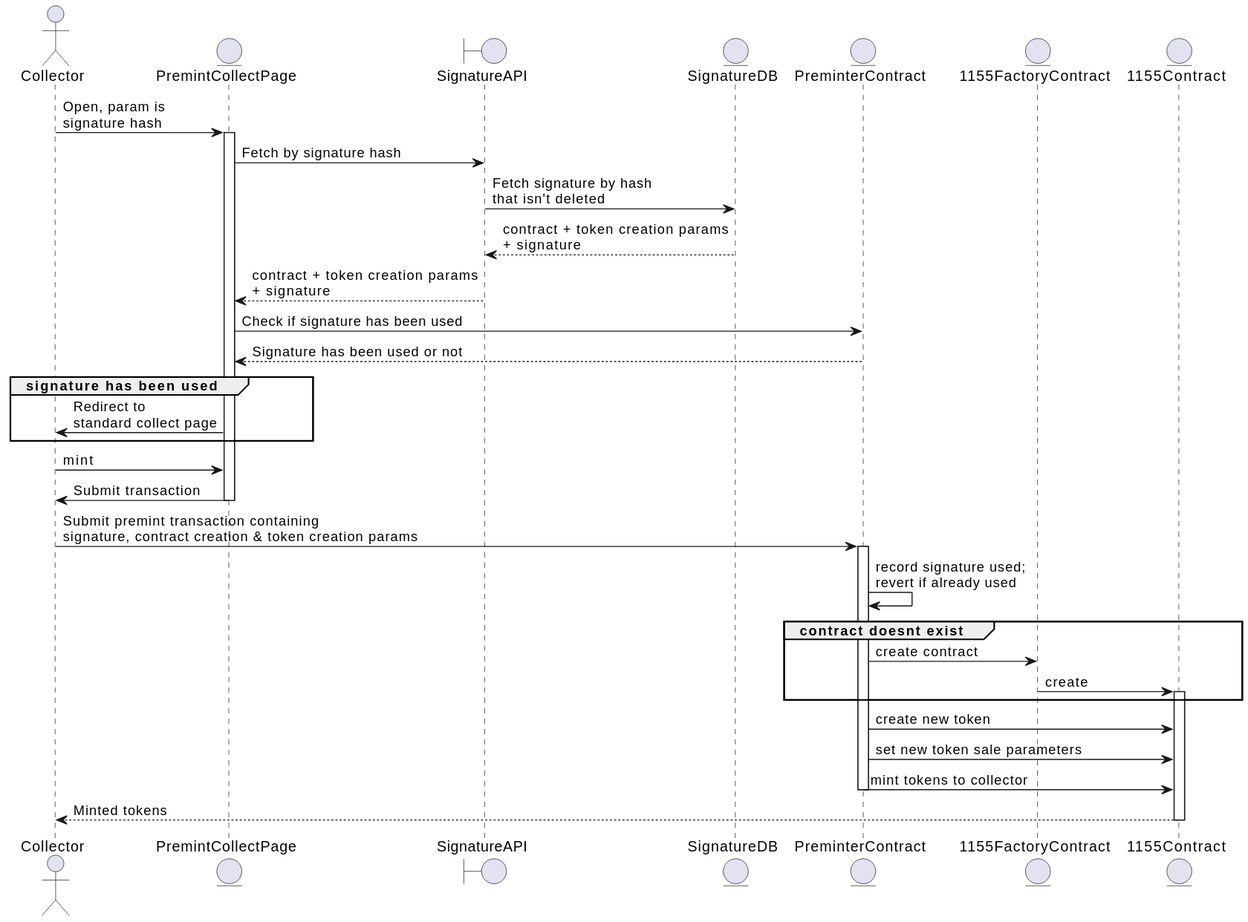
Before: uml/generated/gasslessCreate-collecting.svg, a diagram exported from PlantUML (ourzora/zora-protocol).
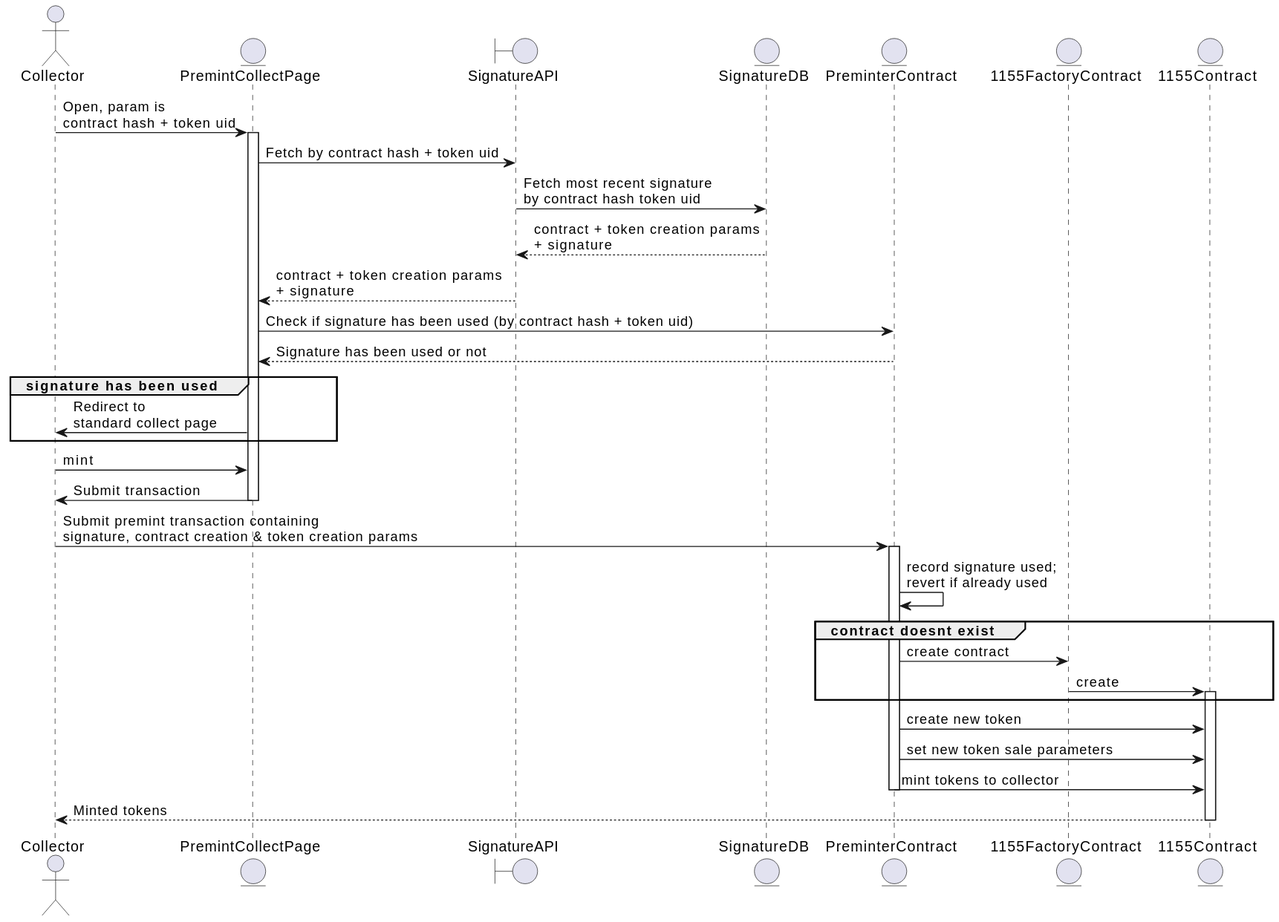
Above is the later version.

The edit, as a diff of the source:
```diff
@@ -7,13 +7,13 @@
 entity 1155FactoryContract
 entity 1155Contract
 
-Collector -> PremintCollectPage: Open, param is \nsignature hash
+Collector -> PremintCollectPage: Open, param is \ncontract hash + token uid
 Activate PremintCollectPage
-PremintCollectPage -> SignatureAPI: Fetch by signature hash
-SignatureAPI -> SignatureDB: Fetch signature by hash\nthat isn't deleted
+PremintCollectPage -> SignatureAPI: Fetch by contract hash + token uid
+SignatureAPI -> SignatureDB: Fetch most recent signature\nby contract hash token uid
 SignatureDB --> SignatureAPI: contract + token creation params\n+ signature
 SignatureAPI --> PremintCollectPage: contract + token creation params\n+ signature
-PremintCollectPage -> PreminterContract: Check if signature has been used
+PremintCollectPage -> PreminterContract: Check if signature has been used (by contract hash + token uid)
 PreminterContract --> PremintCollectPage: Signature has been used or not
 
 Group signature has been used
```
